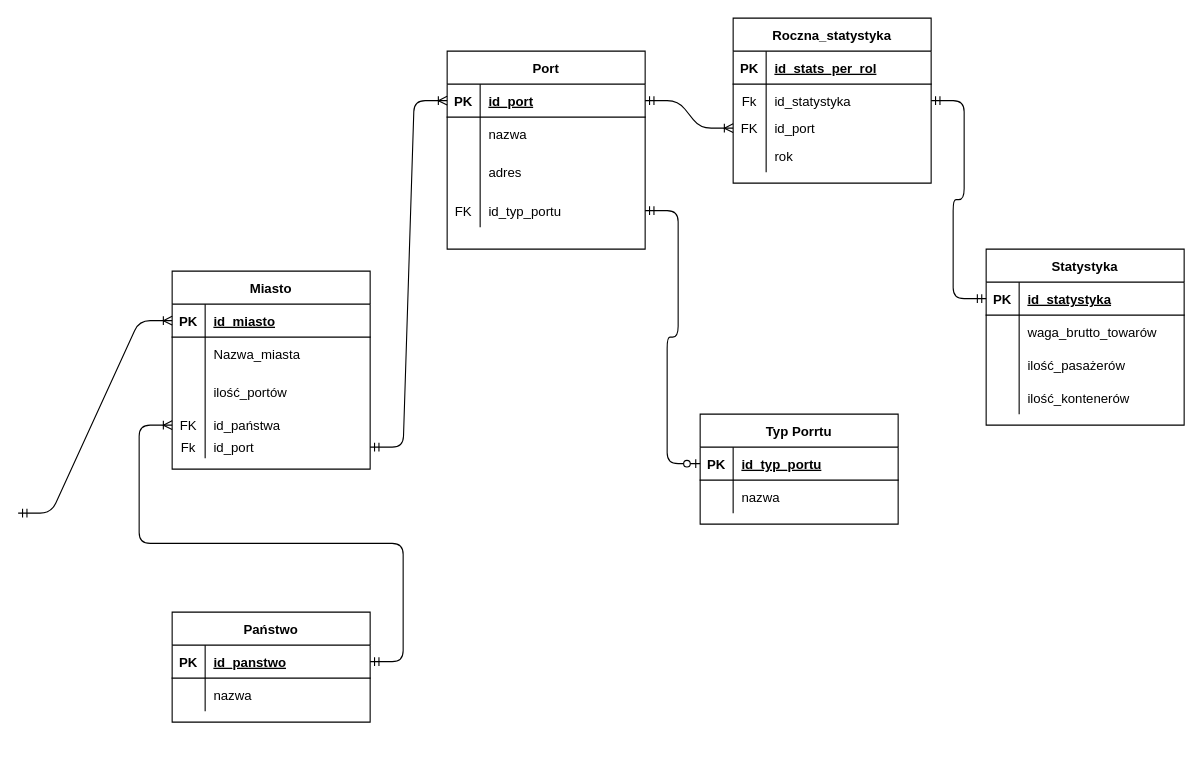
Before: portyv2Martin.drawio in finalkiwii/databases-umbrellas, a draw.io diagram. Source tidied: cells renumbered, new cells numbered last; positions are measured from the earlier drawing's top-left corner, leaving out a move shared by most shapes. Both pictures are drawn from the tidied source at 110%, with x=0, y=0 at pixel (18, 18).
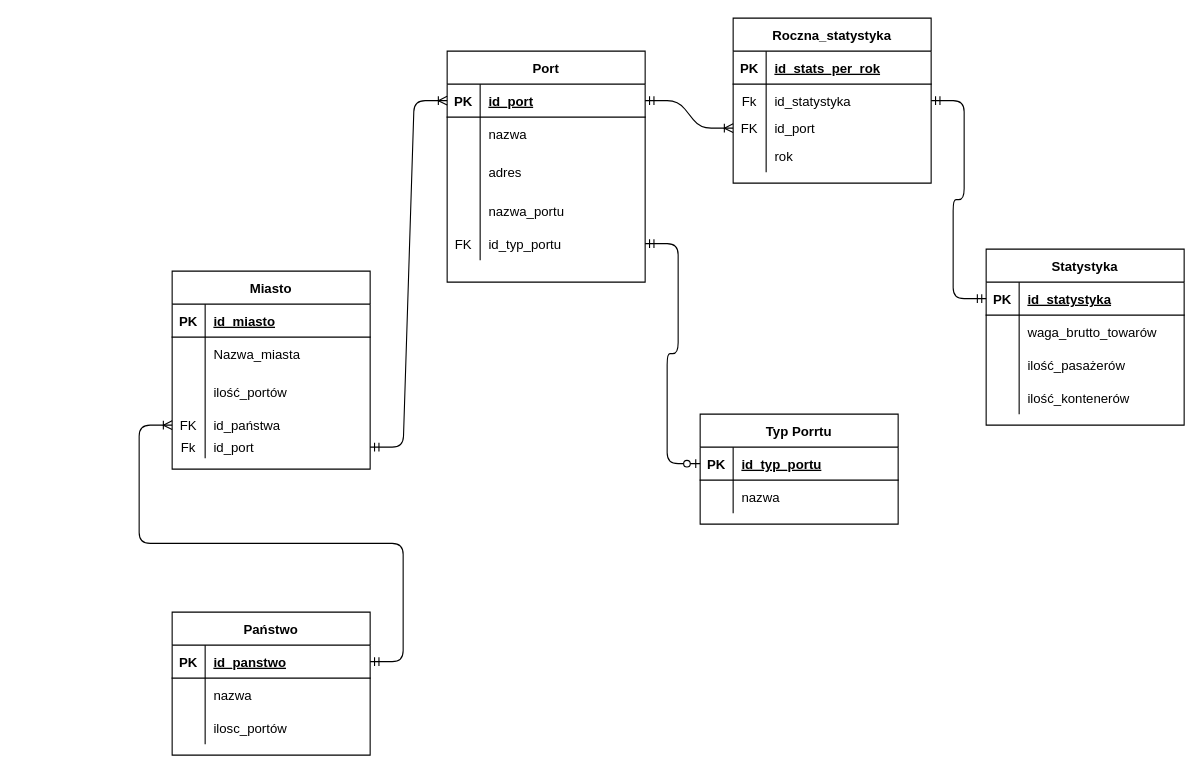
Above is the later version.

Unchanged cells that the change refers to:
```xml
<mxCell id="3" value="Miasto" style="shape=table;startSize=30;childLayout=tableLayout;rowLines=0;fontStyle=1;align=center;" parent="1" vertex="1">
  <mxGeometry x="140" y="230" width="180" height="180" as="geometry" />
</mxCell>
<mxCell id="40" style="shape=partialRectangle;fillColor=none;top=0;left=0;bottom=1;right=0;" parent="39" vertex="1">
  <mxGeometry y="30" width="180" height="30" as="geometry" />
</mxCell>
```

What changed in the source:
```diff
@@
     <mxCell id="19" value="Państwo" style="shape=table;startSize=30;childLayout=tableLayout;rowLines=0;fontStyle=1;align=center;" parent="1" vertex="1">
-      <mxGeometry x="140" y="540" width="180" height="100" as="geometry" />
+      <mxGeometry x="140" y="540" width="180" height="130" as="geometry" />
     </mxCell>
@@
+    <mxCell id="77" style="shape=partialRectangle;fillColor=none;top=0;left=0;bottom=0;right=0;" parent="19" vertex="1">
+      <mxGeometry y="90" width="180" height="30" as="geometry" />
+    </mxCell>
+    <mxCell id="78" style="shape=partialRectangle;fillColor=none;top=0;left=0;bottom=0;right=0;overflow=hidden;" parent="77" vertex="1">
+      <mxGeometry width="30" height="30" as="geometry" />
+    </mxCell>
+    <mxCell id="79" value="ilosc_portów" style="shape=partialRectangle;fillColor=none;top=0;left=0;bottom=0;right=0;align=left;spacingLeft=6;overflow=hidden;" parent="77" vertex="1">
+      <mxGeometry x="30" width="150" height="30" as="geometry" />
+    </mxCell>
     <mxCell id="26" value="Port" style="shape=table;startSize=30;childLayout=tableLayout;rowLines=0;fontStyle=1;align=center;" parent="1" vertex="1">
-      <mxGeometry x="390" y="30" width="180" height="180" as="geometry" />
+      <mxGeometry x="390" y="30" width="180" height="210" as="geometry" />
     </mxCell>
@@
+    <mxCell id="80" style="shape=partialRectangle;fillColor=none;top=0;left=0;bottom=0;right=0;" parent="26" vertex="1">
+      <mxGeometry y="130" width="180" height="30" as="geometry" />
+    </mxCell>
+    <mxCell id="81" style="shape=partialRectangle;fillColor=none;top=0;left=0;bottom=0;right=0;overflow=hidden;" parent="80" vertex="1">
+      <mxGeometry width="30" height="30" as="geometry" />
+    </mxCell>
+    <mxCell id="82" value="nazwa_portu" style="shape=partialRectangle;fillColor=none;top=0;left=0;bottom=0;right=0;align=left;spacingLeft=6;overflow=hidden;" parent="80" vertex="1">
+      <mxGeometry x="30" width="150" height="30" as="geometry" />
+    </mxCell>
     <mxCell id="36" style="shape=partialRectangle;fillColor=none;top=0;left=0;bottom=0;right=0;points=[[0,0.5],[1,0.5]];portConstraint=eastwest;" parent="26" vertex="1">
-      <mxGeometry y="130" width="180" height="30" as="geometry" />
+      <mxGeometry y="160" width="180" height="30" as="geometry" />
     </mxCell>
@@
-    <mxCell id="42" value="id_stats_per_rol" style="shape=partialRectangle;fillColor=none;top=0;left=0;bottom=0;right=0;align=left;spacingLeft=6;fontStyle=5;overflow=hidden;" parent="40" vertex="1">
+    <mxCell id="42" value="id_stats_per_rok" style="shape=partialRectangle;fillColor=none;top=0;left=0;bottom=0;right=0;align=left;spacingLeft=6;fontStyle=5;overflow=hidden;" parent="40" vertex="1">
       <mxGeometry x="30" width="150" height="30" as="geometry" />
     </mxCell>
@@
-    <mxCell id="52" style="edgeStyle=entityRelationEdgeStyle;fontSize=12;html=1;endArrow=ERoneToMany;startArrow=ERmandOne;exitX=1;exitY=0.5;exitDx=0;exitDy=0;entryX=0;entryY=0.25;entryDx=0;entryDy=0;" parent="1" edge="1" target="3">
-      <mxGeometry relative="1" as="geometry">
-        <mxPoint y="450" as="sourcePoint" />
-      </mxGeometry>
-    </mxCell>
```
